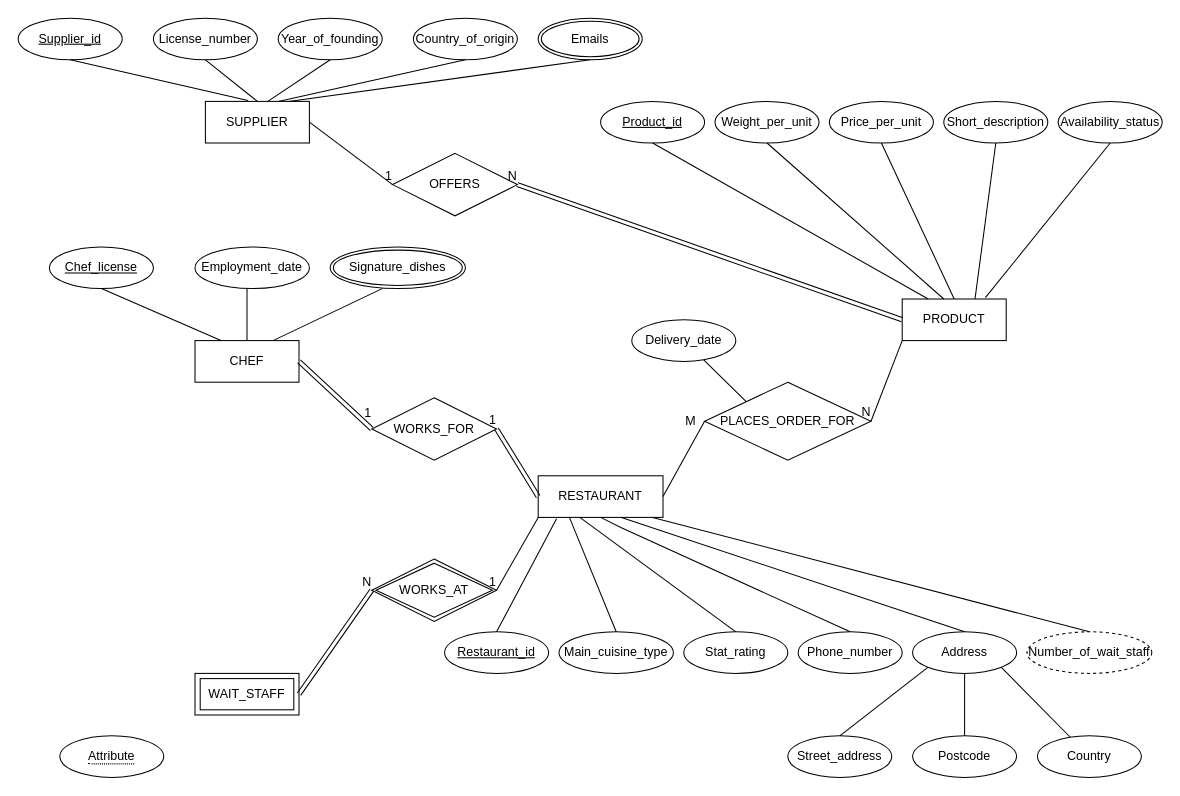
Before: Untitled Diagram.drawio in Jack-UNSW/ohmyzsh, a draw.io diagram. Source tidied: cells renumbered, new cells numbered last; positions are measured from the earlier drawing's top-left corner, leaving out a move shared by most shapes. Both pictures are drawn from the tidied source at 104%, with x=0, y=0 at pixel (18, 18).
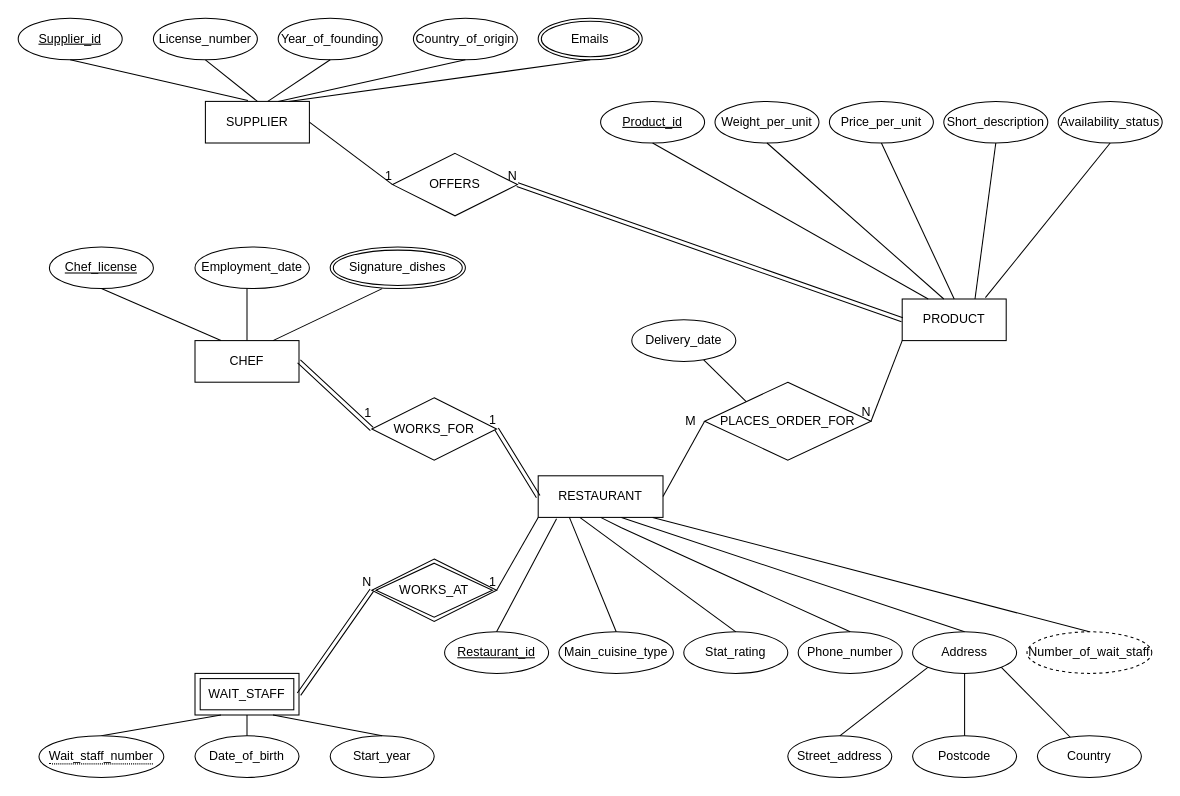
After the change.

Unchanged cells that the change refers to:
```xml
<mxCell id="4" value="WAIT_STAFF" style="shape=ext;margin=3;double=1;whiteSpace=wrap;html=1;align=center;" parent="1" vertex="1">
  <mxGeometry x="170" y="630" width="100" height="40" as="geometry" />
</mxCell>
```

Change to the diagram source:
```diff
@@
-    <mxCell id="73" value="&lt;span style=&quot;border-bottom: 1px dotted&quot;&gt;Attribute&lt;/span&gt;" style="ellipse;whiteSpace=wrap;html=1;align=center;fontSize=12;" parent="1" vertex="1">
-      <mxGeometry x="40" y="690" width="100" height="40" as="geometry" />
-    </mxCell>
+    <mxCell id="74" value="Date_of_birth" style="ellipse;whiteSpace=wrap;html=1;align=center;fontSize=12;" parent="1" vertex="1">
+      <mxGeometry x="170" y="690" width="100" height="40" as="geometry" />
+    </mxCell>
+    <mxCell id="75" value="Start_year" style="ellipse;whiteSpace=wrap;html=1;align=center;fontSize=12;" parent="1" vertex="1">
+      <mxGeometry x="300" y="690" width="100" height="40" as="geometry" />
+    </mxCell>
+    <mxCell id="76" style="endArrow=none;html=1;rounded=0;fontSize=12;exitX=0.5;exitY=0;exitDx=0;exitDy=0;entryX=0.25;entryY=1;entryDx=0;entryDy=0;" parent="1" edge="1" target="4">
+      <mxGeometry relative="1" as="geometry">
+        <mxPoint x="80" y="690" as="sourcePoint" />
+      </mxGeometry>
+    </mxCell>
+    <mxCell id="77" style="endArrow=none;html=1;rounded=0;fontSize=12;entryX=0.5;entryY=1;entryDx=0;entryDy=0;" parent="1" edge="1" target="4">
+      <mxGeometry relative="1" as="geometry">
+        <mxPoint x="220" y="690" as="sourcePoint" />
+      </mxGeometry>
+    </mxCell>
+    <mxCell id="78" style="endArrow=none;html=1;rounded=0;fontSize=12;entryX=0.5;entryY=0;entryDx=0;entryDy=0;exitX=0.75;exitY=1;exitDx=0;exitDy=0;" parent="1" edge="1" source="4" target="75">
+      <mxGeometry relative="1" as="geometry" />
+    </mxCell>
+    <mxCell id="79" value="&lt;span style=&quot;border-bottom: 1px dotted&quot;&gt;Wait_staff_number&lt;/span&gt;" style="ellipse;whiteSpace=wrap;html=1;align=center;fontSize=12;" parent="1" vertex="1">
+      <mxGeometry x="20" y="690" width="120" height="40" as="geometry" />
+    </mxCell>
```
